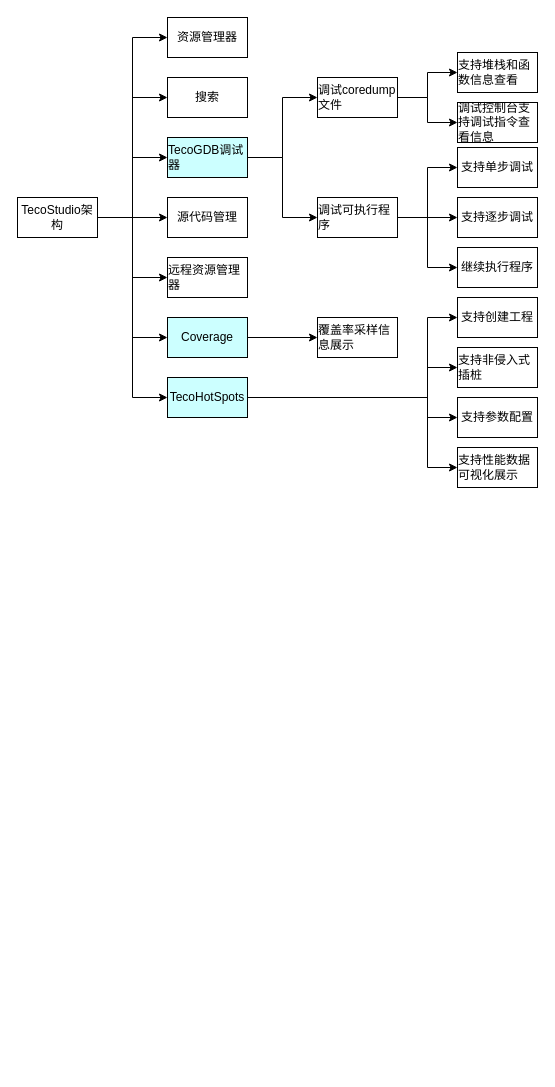
This is images/未命名绘图.drawio from Edgar8a2023/tecoprofiler, a draw.io file, before an edit. Source tidied: cells renumbered, new cells numbered last; positions are measured from the earlier drawing's top-left corner, leaving out a move shared by most shapes. Both pictures are drawn from the tidied source at 100%, with x=0, y=0 at pixel (17, 17).
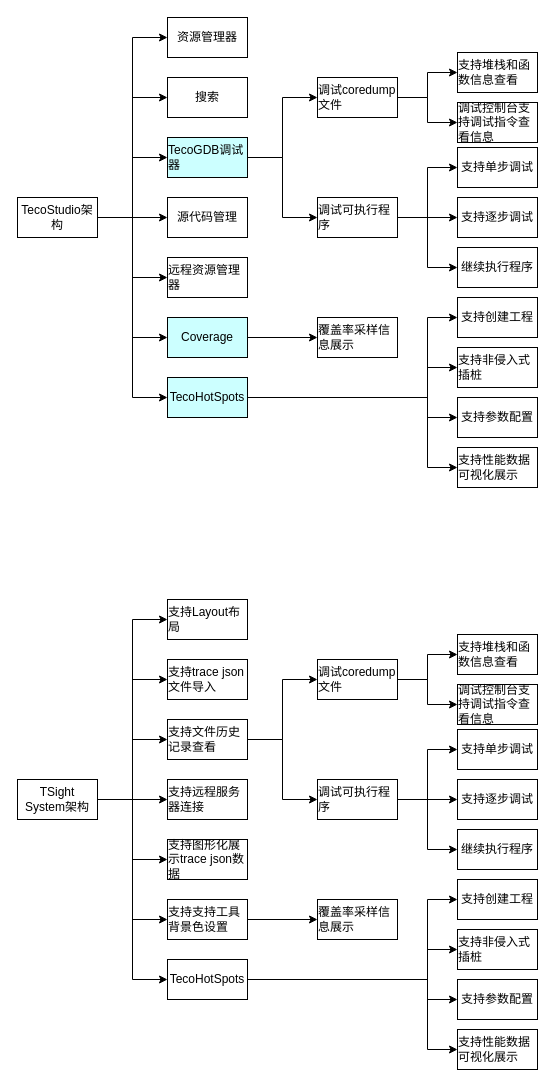
After the change.

Commit message:
更新未命名绘图.drawio

The edit, as a diff of the source:
```diff
@@
+    <mxCell id="41" style="edgeStyle=orthogonalEdgeStyle;rounded=0;jettySize=auto;html=1;exitX=1;exitY=0.5;exitDx=0;exitDy=0;entryX=0;entryY=0.5;entryDx=0;entryDy=0;" parent="1" edge="1" source="48" target="49">
+      <mxGeometry relative="1" as="geometry" />
+    </mxCell>
+    <mxCell id="42" style="edgeStyle=orthogonalEdgeStyle;rounded=0;jettySize=auto;html=1;exitX=1;exitY=0.5;exitDx=0;exitDy=0;entryX=0;entryY=0.5;entryDx=0;entryDy=0;" parent="1" edge="1" source="48" target="60">
+      <mxGeometry relative="1" as="geometry" />
+    </mxCell>
+    <mxCell id="43" style="edgeStyle=orthogonalEdgeStyle;rounded=0;jettySize=auto;html=1;exitX=1;exitY=0.5;exitDx=0;exitDy=0;entryX=0;entryY=0.5;entryDx=0;entryDy=0;" parent="1" edge="1" source="48" target="59">
+      <mxGeometry relative="1" as="geometry" />
+    </mxCell>
+    <mxCell id="44" style="edgeStyle=orthogonalEdgeStyle;rounded=0;jettySize=auto;html=1;exitX=1;exitY=0.5;exitDx=0;exitDy=0;entryX=0;entryY=0.5;entryDx=0;entryDy=0;" parent="1" edge="1" source="48" target="56">
+      <mxGeometry relative="1" as="geometry" />
+    </mxCell>
+    <mxCell id="45" style="edgeStyle=orthogonalEdgeStyle;rounded=0;jettySize=auto;html=1;exitX=1;exitY=0.5;exitDx=0;exitDy=0;entryX=0;entryY=0.5;entryDx=0;entryDy=0;" parent="1" edge="1" source="48" target="50">
+      <mxGeometry relative="1" as="geometry" />
+    </mxCell>
+    <mxCell id="46" style="edgeStyle=orthogonalEdgeStyle;rounded=0;jettySize=auto;html=1;exitX=1;exitY=0.5;exitDx=0;exitDy=0;entryX=0;entryY=0.5;entryDx=0;entryDy=0;" parent="1" edge="1" source="48" target="55">
+      <mxGeometry relative="1" as="geometry" />
+    </mxCell>
+    <mxCell id="47" style="edgeStyle=orthogonalEdgeStyle;rounded=0;jettySize=auto;html=1;exitX=1;exitY=0.5;exitDx=0;exitDy=0;entryX=0;entryY=0.5;entryDx=0;entryDy=0;" parent="1" edge="1" source="48" target="62">
+      <mxGeometry relative="1" as="geometry" />
+    </mxCell>
+    <mxCell id="48" value="TSight System架构" style="whiteSpace=wrap;html=1;" parent="1" vertex="1">
+      <mxGeometry y="762" width="80" height="40" as="geometry" />
+    </mxCell>
+    <mxCell id="49" value="&lt;article data-clipboard-cangjie=&quot;[&amp;quot;root&amp;quot;,{},[&amp;quot;p&amp;quot;,{},[&amp;quot;span&amp;quot;,{&amp;quot;data-type&amp;quot;:&amp;quot;text&amp;quot;},[&amp;quot;span&amp;quot;,{&amp;quot;fonts&amp;quot;:{&amp;quot;hint&amp;quot;:&amp;quot;eastAsia&amp;quot;},&amp;quot;data-type&amp;quot;:&amp;quot;leaf&amp;quot;},&amp;quot;资源管理器&amp;quot;]]]]&quot; class=&quot;4ever-article&quot;&gt;&lt;p style=&quot;text-align: left; margin-left: 0px; margin-top: 0px; margin-bottom: 0px;&quot;&gt;支持Layout布局&lt;/p&gt;&lt;/article&gt;" style="whiteSpace=wrap;html=1;" parent="1" vertex="1">
+      <mxGeometry x="150" y="582" width="80" height="40" as="geometry" />
+    </mxCell>
+    <mxCell id="50" value="&lt;article data-clipboard-cangjie=&quot;[&amp;quot;root&amp;quot;,{},[&amp;quot;p&amp;quot;,{},[&amp;quot;span&amp;quot;,{&amp;quot;data-type&amp;quot;:&amp;quot;text&amp;quot;},[&amp;quot;span&amp;quot;,{&amp;quot;fonts&amp;quot;:{&amp;quot;hint&amp;quot;:&amp;quot;eastAsia&amp;quot;},&amp;quot;data-type&amp;quot;:&amp;quot;leaf&amp;quot;},&amp;quot;远程资源管理器&amp;quot;]]]]&quot; class=&quot;4ever-article&quot;&gt;&lt;p style=&quot;text-align: left; margin-left: 0px; margin-top: 0px; margin-bottom: 0px;&quot;&gt;支持图形化展示trace json数据&lt;/p&gt;&lt;/article&gt;" style="whiteSpace=wrap;html=1;" parent="1" vertex="1">
+      <mxGeometry x="150" y="822" width="80" height="40" as="geometry" />
+    </mxCell>
+    <mxCell id="51" style="edgeStyle=orthogonalEdgeStyle;rounded=0;jettySize=auto;html=1;exitX=1;exitY=0.5;exitDx=0;exitDy=0;entryX=0;entryY=0.5;entryDx=0;entryDy=0;" parent="1" edge="1" source="55" target="76">
+      <mxGeometry relative="1" as="geometry">
+        <Array as="points">
+          <mxPoint x="410" y="962" />
+          <mxPoint x="410" y="882" />
+        </Array>
+      </mxGeometry>
+    </mxCell>
+    <mxCell id="52" style="edgeStyle=orthogonalEdgeStyle;rounded=0;jettySize=auto;html=1;exitX=1;exitY=0.5;exitDx=0;exitDy=0;entryX=0;entryY=0.5;entryDx=0;entryDy=0;" parent="1" edge="1" source="55" target="77">
+      <mxGeometry relative="1" as="geometry">
+        <Array as="points">
+          <mxPoint x="410" y="962" />
+          <mxPoint x="410" y="932" />
+        </Array>
+      </mxGeometry>
+    </mxCell>
+    <mxCell id="53" style="edgeStyle=orthogonalEdgeStyle;rounded=0;jettySize=auto;html=1;exitX=1;exitY=0.5;exitDx=0;exitDy=0;entryX=0;entryY=0.5;entryDx=0;entryDy=0;" parent="1" edge="1" source="55" target="78">
+      <mxGeometry relative="1" as="geometry">
+        <Array as="points">
+          <mxPoint x="410" y="962" />
+          <mxPoint x="410" y="982" />
+        </Array>
+      </mxGeometry>
+    </mxCell>
+    <mxCell id="54" style="edgeStyle=orthogonalEdgeStyle;rounded=0;jettySize=auto;html=1;exitX=1;exitY=0.5;exitDx=0;exitDy=0;entryX=0;entryY=0.5;entryDx=0;entryDy=0;" parent="1" edge="1" source="55" target="79">
+      <mxGeometry relative="1" as="geometry">
+        <Array as="points">
+          <mxPoint x="410" y="962" />
+          <mxPoint x="410" y="1032" />
+        </Array>
+      </mxGeometry>
+    </mxCell>
+    <mxCell id="55" value="&lt;article data-clipboard-cangjie=&quot;[&amp;quot;root&amp;quot;,{},[&amp;quot;p&amp;quot;,{},[&amp;quot;span&amp;quot;,{&amp;quot;data-type&amp;quot;:&amp;quot;text&amp;quot;},[&amp;quot;span&amp;quot;,{&amp;quot;fonts&amp;quot;:{&amp;quot;hint&amp;quot;:&amp;quot;eastAsia&amp;quot;},&amp;quot;data-type&amp;quot;:&amp;quot;leaf&amp;quot;},&amp;quot;TecoHotSpots&amp;quot;]]]]&quot; class=&quot;4ever-article&quot;&gt;&lt;p style=&quot;text-align: left; margin-left: 0px; margin-top: 0px; margin-bottom: 0px;&quot;&gt;TecoHotSpots&lt;/p&gt;&lt;/article&gt;" style="whiteSpace=wrap;html=1;fillColor=#FFFFFF;" parent="1" vertex="1">
+      <mxGeometry x="150" y="942" width="80" height="40" as="geometry" />
+    </mxCell>
+    <mxCell id="56" value="&lt;article data-clipboard-cangjie=&quot;[&amp;quot;root&amp;quot;,{},[&amp;quot;p&amp;quot;,{},[&amp;quot;span&amp;quot;,{&amp;quot;data-type&amp;quot;:&amp;quot;text&amp;quot;},[&amp;quot;span&amp;quot;,{&amp;quot;fonts&amp;quot;:{&amp;quot;hint&amp;quot;:&amp;quot;eastAsia&amp;quot;},&amp;quot;data-type&amp;quot;:&amp;quot;leaf&amp;quot;},&amp;quot;源代码管理&amp;quot;]]]]&quot; class=&quot;4ever-article&quot;&gt;&lt;p style=&quot;text-align: left; margin-left: 0px; margin-top: 0px; margin-bottom: 0px;&quot;&gt;支持远程服务器连接&lt;/p&gt;&lt;/article&gt;" style="whiteSpace=wrap;html=1;" parent="1" vertex="1">
+      <mxGeometry x="150" y="762" width="80" height="40" as="geometry" />
+    </mxCell>
+    <mxCell id="57" style="edgeStyle=orthogonalEdgeStyle;rounded=0;jettySize=auto;html=1;exitX=1;exitY=0.5;exitDx=0;exitDy=0;entryX=0;entryY=0.5;entryDx=0;entryDy=0;" parent="1" edge="1" source="59" target="69">
+      <mxGeometry relative="1" as="geometry" />
+    </mxCell>
+    <mxCell id="58" style="edgeStyle=orthogonalEdgeStyle;rounded=0;jettySize=auto;html=1;exitX=1;exitY=0.5;exitDx=0;exitDy=0;entryX=0;entryY=0.5;entryDx=0;entryDy=0;" parent="1" edge="1" source="59" target="66">
+      <mxGeometry relative="1" as="geometry" />
+    </mxCell>
+    <mxCell id="59" value="&lt;article data-clipboard-cangjie=&quot;[&amp;quot;root&amp;quot;,{},[&amp;quot;p&amp;quot;,{},[&amp;quot;span&amp;quot;,{&amp;quot;data-type&amp;quot;:&amp;quot;text&amp;quot;},[&amp;quot;span&amp;quot;,{&amp;quot;fonts&amp;quot;:{&amp;quot;hint&amp;quot;:&amp;quot;eastAsia&amp;quot;},&amp;quot;data-type&amp;quot;:&amp;quot;leaf&amp;quot;},&amp;quot;运行和调试&amp;quot;]]]]&quot; class=&quot;4ever-article&quot;&gt;&lt;p style=&quot;text-align: left; margin-left: 0px; margin-top: 0px; margin-bottom: 0px;&quot;&gt;支持文件历史记录查看&lt;/p&gt;&lt;/article&gt;" style="whiteSpace=wrap;html=1;fillColor=#FFFFFF;" parent="1" vertex="1">
+      <mxGeometry x="150" y="702" width="80" height="40" as="geometry" />
+    </mxCell>
+    <mxCell id="60" value="&lt;article data-clipboard-cangjie=&quot;[&amp;quot;root&amp;quot;,{},[&amp;quot;p&amp;quot;,{},[&amp;quot;span&amp;quot;,{&amp;quot;data-type&amp;quot;:&amp;quot;text&amp;quot;},[&amp;quot;span&amp;quot;,{&amp;quot;fonts&amp;quot;:{&amp;quot;hint&amp;quot;:&amp;quot;eastAsia&amp;quot;},&amp;quot;data-type&amp;quot;:&amp;quot;leaf&amp;quot;},&amp;quot;搜索&amp;quot;]]]]&quot; class=&quot;4ever-article&quot;&gt;&lt;p style=&quot;text-align: left; margin-left: 0px; margin-top: 0px; margin-bottom: 0px;&quot;&gt;支持trace json文件导入&lt;/p&gt;&lt;/article&gt;" style="whiteSpace=wrap;html=1;" parent="1" vertex="1">
+      <mxGeometry x="150" y="642" width="80" height="40" as="geometry" />
+    </mxCell>
+    <mxCell id="61" style="edgeStyle=orthogonalEdgeStyle;rounded=0;jettySize=auto;html=1;exitX=1;exitY=0.5;exitDx=0;exitDy=0;entryX=0;entryY=0.5;entryDx=0;entryDy=0;" parent="1" edge="1" source="62" target="75">
+      <mxGeometry relative="1" as="geometry" />
+    </mxCell>
+    <mxCell id="62" value="&lt;article data-clipboard-cangjie=&quot;[&amp;quot;root&amp;quot;,{},[&amp;quot;p&amp;quot;,{},[&amp;quot;span&amp;quot;,{&amp;quot;data-type&amp;quot;:&amp;quot;text&amp;quot;},[&amp;quot;span&amp;quot;,{&amp;quot;fonts&amp;quot;:{&amp;quot;hint&amp;quot;:&amp;quot;eastAsia&amp;quot;},&amp;quot;data-type&amp;quot;:&amp;quot;leaf&amp;quot;},&amp;quot;TecoHotSpots&amp;quot;]]]]&quot; class=&quot;4ever-article&quot;&gt;&lt;p style=&quot;text-align: left; margin-left: 0px; margin-top: 0px; margin-bottom: 0px;&quot;&gt;支持支持工具背景色设置&lt;/p&gt;&lt;/article&gt;" style="whiteSpace=wrap;html=1;fillColor=#FFFFFF;" parent="1" vertex="1">
+      <mxGeometry x="150" y="882" width="80" height="40" as="geometry" />
+    </mxCell>
+    <mxCell id="63" style="edgeStyle=orthogonalEdgeStyle;rounded=0;jettySize=auto;html=1;exitX=1;exitY=0.5;exitDx=0;exitDy=0;entryX=0;entryY=0.5;entryDx=0;entryDy=0;" parent="1" edge="1" source="66" target="71">
+      <mxGeometry relative="1" as="geometry" />
+    </mxCell>
+    <mxCell id="64" style="edgeStyle=orthogonalEdgeStyle;rounded=0;jettySize=auto;html=1;exitX=1;exitY=0.5;exitDx=0;exitDy=0;entryX=0;entryY=0.5;entryDx=0;entryDy=0;" parent="1" edge="1" source="66" target="70">
+      <mxGeometry relative="1" as="geometry" />
+    </mxCell>
+    <mxCell id="65" style="edgeStyle=orthogonalEdgeStyle;rounded=0;jettySize=auto;html=1;exitX=1;exitY=0.5;exitDx=0;exitDy=0;entryX=0;entryY=0.5;entryDx=0;entryDy=0;" parent="1" edge="1" source="66" target="72">
+      <mxGeometry relative="1" as="geometry" />
+    </mxCell>
+    <mxCell id="66" value="&lt;article data-clipboard-cangjie=&quot;[&amp;quot;root&amp;quot;,{},[&amp;quot;p&amp;quot;,{},[&amp;quot;span&amp;quot;,{&amp;quot;data-type&amp;quot;:&amp;quot;text&amp;quot;},[&amp;quot;span&amp;quot;,{&amp;quot;fonts&amp;quot;:{&amp;quot;hint&amp;quot;:&amp;quot;eastAsia&amp;quot;},&amp;quot;data-type&amp;quot;:&amp;quot;leaf&amp;quot;},&amp;quot;运行和调试&amp;quot;]]]]&quot; class=&quot;4ever-article&quot;&gt;&lt;p style=&quot;text-align: left; margin-left: 0px; margin-top: 0px; margin-bottom: 0px;&quot;&gt;调试可执行程序&lt;br&gt;&lt;/p&gt;&lt;/article&gt;" style="whiteSpace=wrap;html=1;" parent="1" vertex="1">
+      <mxGeometry x="300" y="762" width="80" height="40" as="geometry" />
+    </mxCell>
+    <mxCell id="67" style="edgeStyle=orthogonalEdgeStyle;rounded=0;jettySize=auto;html=1;exitX=1;exitY=0.5;exitDx=0;exitDy=0;entryX=0;entryY=0.5;entryDx=0;entryDy=0;" parent="1" edge="1" source="69" target="74">
+      <mxGeometry relative="1" as="geometry" />
+    </mxCell>
+    <mxCell id="68" style="edgeStyle=orthogonalEdgeStyle;rounded=0;jettySize=auto;html=1;exitX=1;exitY=0.5;exitDx=0;exitDy=0;entryX=0;entryY=0.5;entryDx=0;entryDy=0;" parent="1" edge="1" source="69" target="73">
+      <mxGeometry relative="1" as="geometry" />
+    </mxCell>
+    <mxCell id="69" value="&lt;article data-clipboard-cangjie=&quot;[&amp;quot;root&amp;quot;,{},[&amp;quot;p&amp;quot;,{},[&amp;quot;span&amp;quot;,{&amp;quot;data-type&amp;quot;:&amp;quot;text&amp;quot;},[&amp;quot;span&amp;quot;,{&amp;quot;fonts&amp;quot;:{&amp;quot;hint&amp;quot;:&amp;quot;eastAsia&amp;quot;},&amp;quot;data-type&amp;quot;:&amp;quot;leaf&amp;quot;},&amp;quot;运行和调试&amp;quot;]]]]&quot; class=&quot;4ever-article&quot;&gt;&lt;p style=&quot;text-align: left; margin-left: 0px; margin-top: 0px; margin-bottom: 0px;&quot;&gt;调试coredump文件&lt;br&gt;&lt;/p&gt;&lt;/article&gt;" style="whiteSpace=wrap;html=1;" parent="1" vertex="1">
+      <mxGeometry x="300" y="642" width="80" height="40" as="geometry" />
+    </mxCell>
+    <mxCell id="70" value="&lt;article data-clipboard-cangjie=&quot;[&amp;quot;root&amp;quot;,{},[&amp;quot;p&amp;quot;,{},[&amp;quot;span&amp;quot;,{&amp;quot;data-type&amp;quot;:&amp;quot;text&amp;quot;},[&amp;quot;span&amp;quot;,{&amp;quot;fonts&amp;quot;:{&amp;quot;hint&amp;quot;:&amp;quot;eastAsia&amp;quot;},&amp;quot;data-type&amp;quot;:&amp;quot;leaf&amp;quot;},&amp;quot;运行和调试&amp;quot;]]]]&quot; class=&quot;4ever-article&quot;&gt;&lt;p style=&quot;text-align: left; margin-left: 0px; margin-top: 0px; margin-bottom: 0px;&quot;&gt;支持逐步调试&lt;br&gt;&lt;/p&gt;&lt;/article&gt;" style="whiteSpace=wrap;html=1;" parent="1" vertex="1">
+      <mxGeometry x="440" y="762" width="80" height="40" as="geometry" />
+    </mxCell>
+    <mxCell id="71" value="&lt;article data-clipboard-cangjie=&quot;[&amp;quot;root&amp;quot;,{},[&amp;quot;p&amp;quot;,{},[&amp;quot;span&amp;quot;,{&amp;quot;data-type&amp;quot;:&amp;quot;text&amp;quot;},[&amp;quot;span&amp;quot;,{&amp;quot;fonts&amp;quot;:{&amp;quot;hint&amp;quot;:&amp;quot;eastAsia&amp;quot;},&amp;quot;data-type&amp;quot;:&amp;quot;leaf&amp;quot;},&amp;quot;运行和调试&amp;quot;]]]]&quot; class=&quot;4ever-article&quot;&gt;&lt;p style=&quot;text-align: left; margin-left: 0px; margin-top: 0px; margin-bottom: 0px;&quot;&gt;支持单步调试&lt;br&gt;&lt;/p&gt;&lt;/article&gt;" style="whiteSpace=wrap;html=1;" parent="1" vertex="1">
+      <mxGeometry x="440" y="712" width="80" height="40" as="geometry" />
+    </mxCell>
+    <mxCell id="72" value="继续执行程序" style="whiteSpace=wrap;html=1;" parent="1" vertex="1">
+      <mxGeometry x="440" y="812" width="80" height="40" as="geometry" />
+    </mxCell>
+    <mxCell id="73" value="&lt;article data-clipboard-cangjie=&quot;[&amp;quot;root&amp;quot;,{},[&amp;quot;p&amp;quot;,{},[&amp;quot;span&amp;quot;,{&amp;quot;data-type&amp;quot;:&amp;quot;text&amp;quot;},[&amp;quot;span&amp;quot;,{&amp;quot;fonts&amp;quot;:{&amp;quot;hint&amp;quot;:&amp;quot;eastAsia&amp;quot;},&amp;quot;data-type&amp;quot;:&amp;quot;leaf&amp;quot;},&amp;quot;运行和调试&amp;quot;]]]]&quot; class=&quot;4ever-article&quot;&gt;&lt;p style=&quot;text-align: left; margin-left: 0px; margin-top: 0px; margin-bottom: 0px;&quot;&gt;调试控制台支持调试指令查看信息&lt;br&gt;&lt;/p&gt;&lt;/article&gt;" style="whiteSpace=wrap;html=1;" parent="1" vertex="1">
+      <mxGeometry x="440" y="667" width="80" height="40" as="geometry" />
+    </mxCell>
+    <mxCell id="74" value="&lt;article data-clipboard-cangjie=&quot;[&amp;quot;root&amp;quot;,{},[&amp;quot;p&amp;quot;,{},[&amp;quot;span&amp;quot;,{&amp;quot;data-type&amp;quot;:&amp;quot;text&amp;quot;},[&amp;quot;span&amp;quot;,{&amp;quot;fonts&amp;quot;:{&amp;quot;hint&amp;quot;:&amp;quot;eastAsia&amp;quot;},&amp;quot;data-type&amp;quot;:&amp;quot;leaf&amp;quot;},&amp;quot;运行和调试&amp;quot;]]]]&quot; class=&quot;4ever-article&quot;&gt;&lt;p style=&quot;text-align: left; margin-left: 0px; margin-top: 0px; margin-bottom: 0px;&quot;&gt;支持堆栈和函数信息查看&lt;br&gt;&lt;/p&gt;&lt;/article&gt;" style="whiteSpace=wrap;html=1;" parent="1" vertex="1">
+      <mxGeometry x="440" y="617" width="80" height="40" as="geometry" />
+    </mxCell>
+    <mxCell id="75" value="&lt;article data-clipboard-cangjie=&quot;[&amp;quot;root&amp;quot;,{},[&amp;quot;p&amp;quot;,{},[&amp;quot;span&amp;quot;,{&amp;quot;data-type&amp;quot;:&amp;quot;text&amp;quot;},[&amp;quot;span&amp;quot;,{&amp;quot;fonts&amp;quot;:{&amp;quot;hint&amp;quot;:&amp;quot;eastAsia&amp;quot;},&amp;quot;data-type&amp;quot;:&amp;quot;leaf&amp;quot;},&amp;quot;运行和调试&amp;quot;]]]]&quot; class=&quot;4ever-article&quot;&gt;&lt;p style=&quot;text-align: left; margin-left: 0px; margin-top: 0px; margin-bottom: 0px;&quot;&gt;覆盖率采样信息展示&lt;br&gt;&lt;/p&gt;&lt;/article&gt;" style="whiteSpace=wrap;html=1;" parent="1" vertex="1">
+      <mxGeometry x="300" y="882" width="80" height="40" as="geometry" />
+    </mxCell>
+    <mxCell id="76" value="&lt;article data-clipboard-cangjie=&quot;[&amp;quot;root&amp;quot;,{},[&amp;quot;p&amp;quot;,{},[&amp;quot;span&amp;quot;,{&amp;quot;data-type&amp;quot;:&amp;quot;text&amp;quot;},[&amp;quot;span&amp;quot;,{&amp;quot;fonts&amp;quot;:{&amp;quot;hint&amp;quot;:&amp;quot;eastAsia&amp;quot;},&amp;quot;data-type&amp;quot;:&amp;quot;leaf&amp;quot;},&amp;quot;运行和调试&amp;quot;]]]]&quot; class=&quot;4ever-article&quot;&gt;&lt;p style=&quot;text-align: left; margin-left: 0px; margin-top: 0px; margin-bottom: 0px;&quot;&gt;支持创建工程&lt;br&gt;&lt;/p&gt;&lt;/article&gt;" style="whiteSpace=wrap;html=1;" parent="1" vertex="1">
+      <mxGeometry x="440" y="862" width="80" height="40" as="geometry" />
+    </mxCell>
+    <mxCell id="77" value="&lt;article data-clipboard-cangjie=&quot;[&amp;quot;root&amp;quot;,{},[&amp;quot;p&amp;quot;,{},[&amp;quot;span&amp;quot;,{&amp;quot;data-type&amp;quot;:&amp;quot;text&amp;quot;},[&amp;quot;span&amp;quot;,{&amp;quot;fonts&amp;quot;:{&amp;quot;hint&amp;quot;:&amp;quot;eastAsia&amp;quot;},&amp;quot;data-type&amp;quot;:&amp;quot;leaf&amp;quot;},&amp;quot;运行和调试&amp;quot;]]]]&quot; class=&quot;4ever-article&quot;&gt;&lt;p style=&quot;text-align: left; margin-left: 0px; margin-top: 0px; margin-bottom: 0px;&quot;&gt;支持非侵入式插桩&lt;br&gt;&lt;/p&gt;&lt;/article&gt;" style="whiteSpace=wrap;html=1;" parent="1" vertex="1">
+      <mxGeometry x="440" y="912" width="80" height="40" as="geometry" />
+    </mxCell>
+    <mxCell id="78" value="&lt;article data-clipboard-cangjie=&quot;[&amp;quot;root&amp;quot;,{},[&amp;quot;p&amp;quot;,{},[&amp;quot;span&amp;quot;,{&amp;quot;data-type&amp;quot;:&amp;quot;text&amp;quot;},[&amp;quot;span&amp;quot;,{&amp;quot;fonts&amp;quot;:{&amp;quot;hint&amp;quot;:&amp;quot;eastAsia&amp;quot;},&amp;quot;data-type&amp;quot;:&amp;quot;leaf&amp;quot;},&amp;quot;运行和调试&amp;quot;]]]]&quot; class=&quot;4ever-article&quot;&gt;&lt;p style=&quot;text-align: left; margin-left: 0px; margin-top: 0px; margin-bottom: 0px;&quot;&gt;支持参数配置&lt;br&gt;&lt;/p&gt;&lt;/article&gt;" style="whiteSpace=wrap;html=1;" parent="1" vertex="1">
+      <mxGeometry x="440" y="962" width="80" height="40" as="geometry" />
+    </mxCell>
+    <mxCell id="79" value="&lt;article data-clipboard-cangjie=&quot;[&amp;quot;root&amp;quot;,{},[&amp;quot;p&amp;quot;,{},[&amp;quot;span&amp;quot;,{&amp;quot;data-type&amp;quot;:&amp;quot;text&amp;quot;},[&amp;quot;span&amp;quot;,{&amp;quot;fonts&amp;quot;:{&amp;quot;hint&amp;quot;:&amp;quot;eastAsia&amp;quot;},&amp;quot;data-type&amp;quot;:&amp;quot;leaf&amp;quot;},&amp;quot;运行和调试&amp;quot;]]]]&quot; class=&quot;4ever-article&quot;&gt;&lt;p style=&quot;text-align: left; margin-left: 0px; margin-top: 0px; margin-bottom: 0px;&quot;&gt;支持性能数据可视化展示&lt;br&gt;&lt;/p&gt;&lt;/article&gt;" style="whiteSpace=wrap;html=1;" parent="1" vertex="1">
+      <mxGeometry x="440" y="1012" width="80" height="40" as="geometry" />
+    </mxCell>
```
